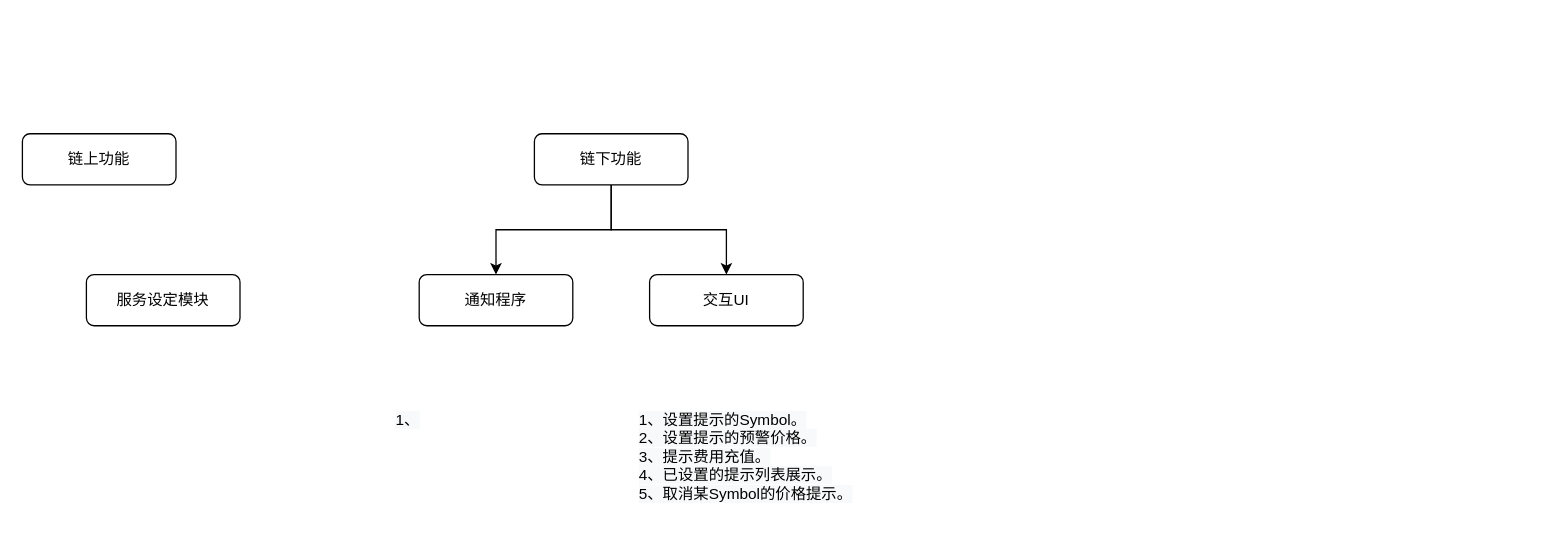
kami1983/umls keeps this draw.io diagram as 自动报价程序.drawio. Above is the earlier version. Source tidied: cells renumbered, new cells numbered last; positions are measured from the earlier drawing's top-left corner, leaving out a move shared by most shapes. Both pictures are drawn from the tidied source at 128%, with x=0, y=0 at pixel (22, 133).
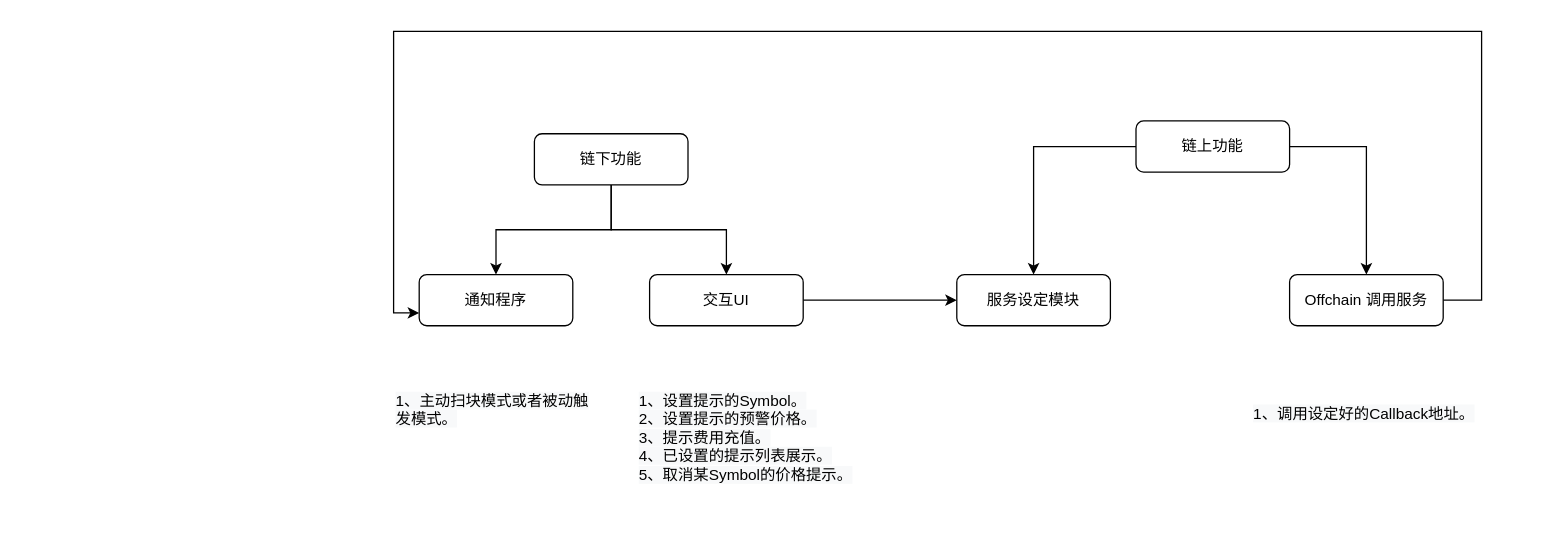
The same diagram, later.

Commit message (it also covers changes not shown here):
更新自动报价程序.drawio

Unchanged cells that the change refers to:
```xml
<mxCell id="7" value="通知程序" style="rounded=1;whiteSpace=wrap;html=1;fontSize=12;glass=0;strokeWidth=1;shadow=0;" parent="1" vertex="1">
  <mxGeometry x="310" y="110" width="120" height="40" as="geometry" />
</mxCell>
<mxCell id="8" value="交互UI" style="rounded=1;whiteSpace=wrap;html=1;fontSize=12;glass=0;strokeWidth=1;shadow=0;" parent="1" vertex="1">
  <mxGeometry x="490" y="110" width="120" height="40" as="geometry" />
</mxCell>
```

Change to the diagram source:
```diff
@@
+    <mxCell id="11" style="edgeStyle=orthogonalEdgeStyle;rounded=0;jettySize=auto;html=1;entryX=0.5;entryY=0;entryDx=0;entryDy=0;" parent="1" edge="1" source="2" target="10">
+      <mxGeometry relative="1" as="geometry" />
+    </mxCell>
+    <mxCell id="12" style="edgeStyle=orthogonalEdgeStyle;rounded=0;jettySize=auto;html=1;entryX=0.5;entryY=0;entryDx=0;entryDy=0;" parent="1" edge="1" source="2" target="15">
+      <mxGeometry relative="1" as="geometry">
+        <Array as="points">
+          <mxPoint x="1050" y="10" />
+        </Array>
+      </mxGeometry>
+    </mxCell>
     <mxCell id="2" value="链上功能" style="rounded=1;whiteSpace=wrap;html=1;fontSize=12;glass=0;strokeWidth=1;shadow=0;" parent="1" vertex="1">
-      <mxGeometry width="120" height="40" as="geometry" />
+      <mxGeometry x="870" y="-10" width="120" height="40" as="geometry" />
     </mxCell>
@@
     <mxCell id="6" value="&lt;span style=&quot;color: rgb(0, 0, 0); font-family: Helvetica; font-size: 12px; font-style: normal; font-variant-ligatures: normal; font-variant-caps: normal; font-weight: 400; letter-spacing: normal; orphans: 2; text-align: center; text-indent: 0px; text-transform: none; widows: 2; word-spacing: 0px; -webkit-text-stroke-width: 0px; background-color: rgb(248, 249, 250); text-decoration-thickness: initial; text-decoration-style: initial; text-decoration-color: initial; float: none; display: inline !important;&quot;&gt;1、设置提示的Symbol。&lt;br&gt;2、设置提示的预警价格。&lt;br&gt;3、提示费用充值。&lt;br&gt;4、已设置的提示列表展示。&lt;br&gt;5、取消某Symbol的价格提示。&lt;br&gt;&lt;/span&gt;" style="text;whiteSpace=wrap;html=1;" parent="1" vertex="1">
-      <mxGeometry x="480" y="210" width="220" height="100" as="geometry" />
+      <mxGeometry x="480" y="195" width="220" height="100" as="geometry" />
     </mxCell>
@@
+    <mxCell id="13" style="edgeStyle=orthogonalEdgeStyle;rounded=0;jettySize=auto;html=1;entryX=0;entryY=0.5;entryDx=0;entryDy=0;" parent="1" edge="1" source="8" target="10">
+      <mxGeometry relative="1" as="geometry" />
+    </mxCell>
@@
-    <mxCell id="9" value="&lt;span style=&quot;color: rgb(0, 0, 0); font-family: Helvetica; font-size: 12px; font-style: normal; font-variant-ligatures: normal; font-variant-caps: normal; font-weight: 400; letter-spacing: normal; orphans: 2; text-align: center; text-indent: 0px; text-transform: none; widows: 2; word-spacing: 0px; -webkit-text-stroke-width: 0px; background-color: rgb(248, 249, 250); text-decoration-thickness: initial; text-decoration-style: initial; text-decoration-color: initial; float: none; display: inline !important;&quot;&gt;1、&lt;br&gt;&lt;/span&gt;" style="text;whiteSpace=wrap;html=1;" parent="1" vertex="1">
-      <mxGeometry x="290" y="210" width="160" height="70" as="geometry" />
+    <mxCell id="9" value="&lt;span style=&quot;color: rgb(0, 0, 0); font-family: Helvetica; font-size: 12px; font-style: normal; font-variant-ligatures: normal; font-variant-caps: normal; font-weight: 400; letter-spacing: normal; orphans: 2; text-align: center; text-indent: 0px; text-transform: none; widows: 2; word-spacing: 0px; -webkit-text-stroke-width: 0px; background-color: rgb(248, 249, 250); text-decoration-thickness: initial; text-decoration-style: initial; text-decoration-color: initial; float: none; display: inline !important;&quot;&gt;1、主动扫块模式或者被动触发模式。&lt;br&gt;&lt;/span&gt;" style="text;whiteSpace=wrap;html=1;" parent="1" vertex="1">
+      <mxGeometry x="290" y="195" width="160" height="70" as="geometry" />
     </mxCell>
     <mxCell id="10" value="服务设定模块" style="rounded=1;whiteSpace=wrap;html=1;fontSize=12;glass=0;strokeWidth=1;shadow=0;" parent="1" vertex="1">
-      <mxGeometry x="50" y="110" width="120" height="40" as="geometry" />
+      <mxGeometry x="730" y="110" width="120" height="40" as="geometry" />
     </mxCell>
+    <mxCell id="14" style="edgeStyle=orthogonalEdgeStyle;rounded=0;jettySize=auto;html=1;entryX=0;entryY=0.75;entryDx=0;entryDy=0;" parent="1" edge="1" source="15" target="7">
+      <mxGeometry relative="1" as="geometry">
+        <Array as="points">
+          <mxPoint x="1140" y="130" />
+          <mxPoint x="1140" y="-80" />
+          <mxPoint x="290" y="-80" />
+          <mxPoint x="290" y="140" />
+        </Array>
+      </mxGeometry>
+    </mxCell>
+    <mxCell id="15" value="Offchain 调用服务" style="rounded=1;whiteSpace=wrap;html=1;fontSize=12;glass=0;strokeWidth=1;shadow=0;" parent="1" vertex="1">
+      <mxGeometry x="990" y="110" width="120" height="40" as="geometry" />
+    </mxCell>
+    <mxCell id="16" value="&lt;span style=&quot;color: rgb(0, 0, 0); font-family: Helvetica; font-size: 12px; font-style: normal; font-variant-ligatures: normal; font-variant-caps: normal; font-weight: 400; letter-spacing: normal; orphans: 2; text-align: center; text-indent: 0px; text-transform: none; widows: 2; word-spacing: 0px; -webkit-text-stroke-width: 0px; background-color: rgb(248, 249, 250); text-decoration-thickness: initial; text-decoration-style: initial; text-decoration-color: initial; float: none; display: inline !important;&quot;&gt;1、调用设定好的Callback地址。&lt;br&gt;&lt;/span&gt;" style="text;whiteSpace=wrap;html=1;" parent="1" vertex="1">
+      <mxGeometry x="960" y="205" width="220" height="100" as="geometry" />
+    </mxCell>
```
